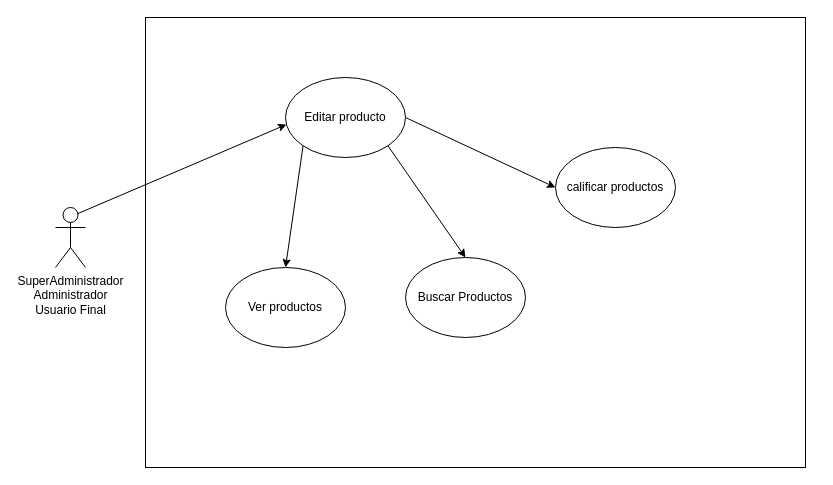
Earlier version of the draw.io diagram Untitled Diagram.drawio (dahergonzalez/misiontic). Source tidied: cells renumbered, new cells numbered last; positions are measured from the earlier drawing's top-left corner, leaving out a move shared by most shapes. Both pictures are drawn from the tidied source at 100%, with x=0, y=0 at pixel (55, 17).
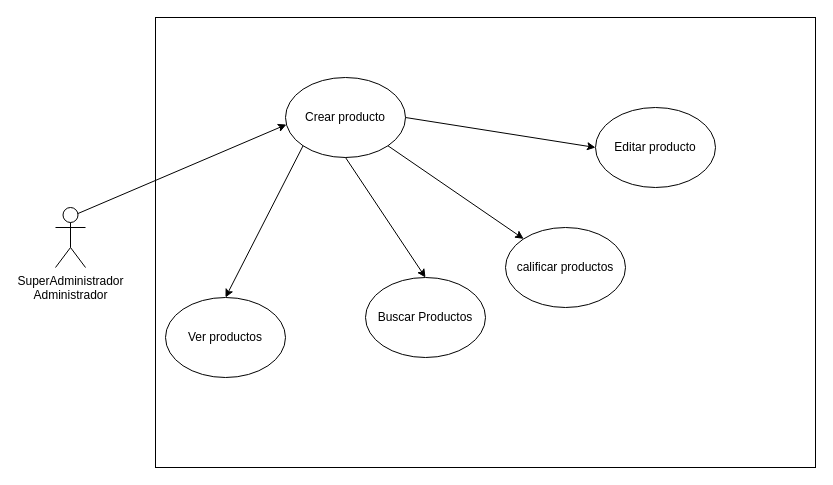
Above is the later version.

Commit message:
Crear producto

Change to the diagram source:
```diff
@@
 <mxGraphModel>
   <root>
     <mxCell id="0" />
     <mxCell id="1" parent="0" />
-    <mxCell id="2" value="SuperAdministrador&lt;br&gt;Administrador&lt;br&gt;Usuario Final&lt;br&gt;" style="shape=umlActor;verticalLabelPosition=bottom;verticalAlign=top;html=1;outlineConnect=0;" parent="1" vertex="1">
+    <mxCell id="2" value="SuperAdministrador &lt;br&gt;Administrador&lt;br&gt;" style="shape=umlActor;verticalLabelPosition=bottom;verticalAlign=top;html=1;outlineConnect=0;" parent="1" vertex="1">
       <mxGeometry y="190" width="30" height="60" as="geometry" />
     </mxCell>
     <mxCell id="3" style="rounded=0;whiteSpace=wrap;html=1;" parent="1" vertex="1">
-      <mxGeometry x="90" width="660" height="450" as="geometry" />
+      <mxGeometry x="100" width="660" height="450" as="geometry" />
     </mxCell>
-    <mxCell id="4" value="Editar producto" style="ellipse;whiteSpace=wrap;html=1;" parent="1" vertex="1">
+    <mxCell id="4" value="Crear producto" style="ellipse;whiteSpace=wrap;html=1;" parent="1" vertex="1">
       <mxGeometry x="230" y="60" width="120" height="80" as="geometry" />
     </mxCell>
     <mxCell id="5" value="Ver productos" style="ellipse;whiteSpace=wrap;html=1;" parent="1" vertex="1">
-      <mxGeometry x="170" y="250" width="120" height="80" as="geometry" />
+      <mxGeometry x="110" y="280" width="120" height="80" as="geometry" />
     </mxCell>
     <mxCell id="6" value="Buscar Productos" style="ellipse;whiteSpace=wrap;html=1;" parent="1" vertex="1">
-      <mxGeometry x="350" y="240" width="120" height="80" as="geometry" />
+      <mxGeometry x="310" y="260" width="120" height="80" as="geometry" />
     </mxCell>
     <mxCell id="7" value="calificar productos" style="ellipse;whiteSpace=wrap;html=1;" parent="1" vertex="1">
-      <mxGeometry x="500" y="130" width="120" height="80" as="geometry" />
+      <mxGeometry x="450" y="210" width="120" height="80" as="geometry" />
     </mxCell>
-    <mxCell id="8" style="endArrow=classic;html=1;exitX=1;exitY=1;exitDx=0;exitDy=0;entryX=0.5;entryY=0;entryDx=0;entryDy=0;" parent="1" edge="1" source="4" target="6">
+    <mxCell id="8" style="endArrow=classic;html=1;entryX=0.5;entryY=0;entryDx=0;entryDy=0;exitX=0.5;exitY=1;exitDx=0;exitDy=0;" parent="1" edge="1" source="4" target="6">
       <mxGeometry relative="1" as="geometry" />
     </mxCell>
-    <mxCell id="9" style="endArrow=classic;html=1;exitX=1;exitY=0.5;exitDx=0;exitDy=0;entryX=0;entryY=0.5;entryDx=0;entryDy=0;" parent="1" edge="1" source="4" target="7">
+    <mxCell id="9" style="endArrow=classic;html=1;exitX=1;exitY=1;exitDx=0;exitDy=0;" parent="1" edge="1" source="4" target="7">
       <mxGeometry relative="1" as="geometry" />
     </mxCell>
-    <mxCell id="10" style="endArrow=classic;html=1;exitX=0;exitY=1;exitDx=0;exitDy=0;" parent="1" edge="1" source="4">
-      <mxGeometry relative="1" as="geometry">
-        <mxPoint x="230" y="250" as="targetPoint" />
-      </mxGeometry>
+    <mxCell id="10" style="endArrow=classic;html=1;exitX=0;exitY=1;exitDx=0;exitDy=0;entryX=0.5;entryY=0;entryDx=0;entryDy=0;" parent="1" edge="1" source="4" target="5">
+      <mxGeometry relative="1" as="geometry" />
     </mxCell>
     <mxCell id="11" style="endArrow=classic;html=1;exitX=0.75;exitY=0.1;exitDx=0;exitDy=0;exitPerimeter=0;entryX=0.008;entryY=0.588;entryDx=0;entryDy=0;entryPerimeter=0;" parent="1" edge="1" source="2" target="4">
       <mxGeometry relative="1" as="geometry" />
     </mxCell>
+    <mxCell id="12" value="Editar producto" style="ellipse;whiteSpace=wrap;html=1;" parent="1" vertex="1">
+      <mxGeometry x="540" y="90" width="120" height="80" as="geometry" />
+    </mxCell>
+    <mxCell id="13" style="endArrow=classic;html=1;entryX=0;entryY=0.5;entryDx=0;entryDy=0;exitX=1;exitY=0.5;exitDx=0;exitDy=0;" parent="1" edge="1" source="4" target="12">
+      <mxGeometry relative="1" as="geometry" />
+    </mxCell>
   </root>
 </mxGraphModel>
```
